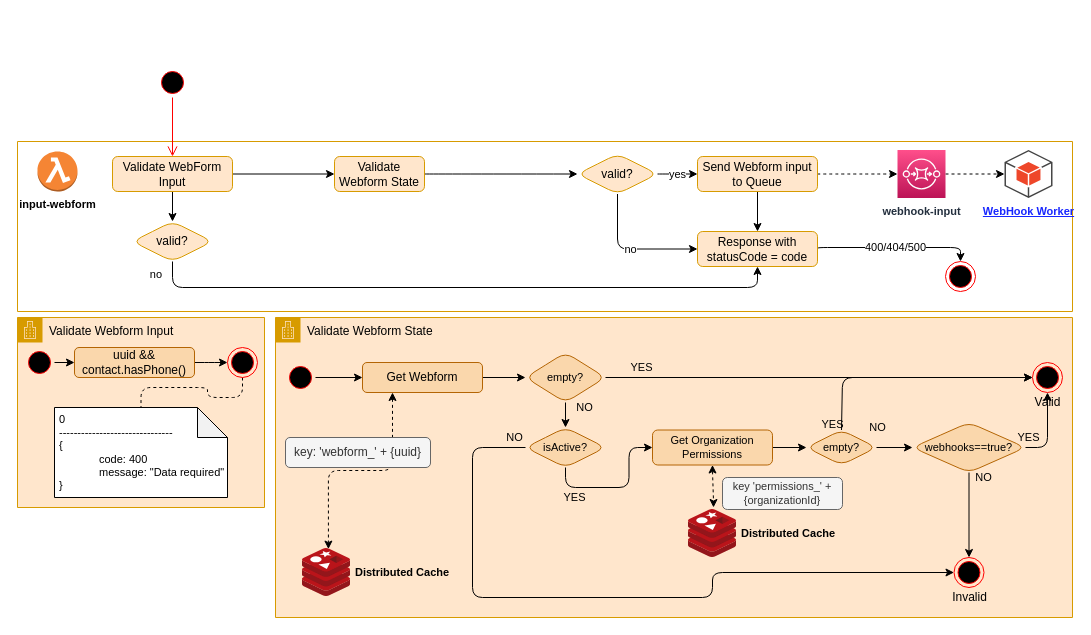
This is page "Lambda" (1 of 2) of lambdas/Input Webfrom Lambda.drawio from CallLoop/CL2-diagrams, a draw.io file, before an edit. Source tidied: cells renumbered, new cells numbered last; positions are measured from the earlier drawing's top-left corner, leaving out a move shared by most shapes. Both pictures are drawn from the tidied source at 100%, with x=0, y=0 at pixel (17, 67). Pictures stored in the file or linked from it are replaced by grey dashed boxes.
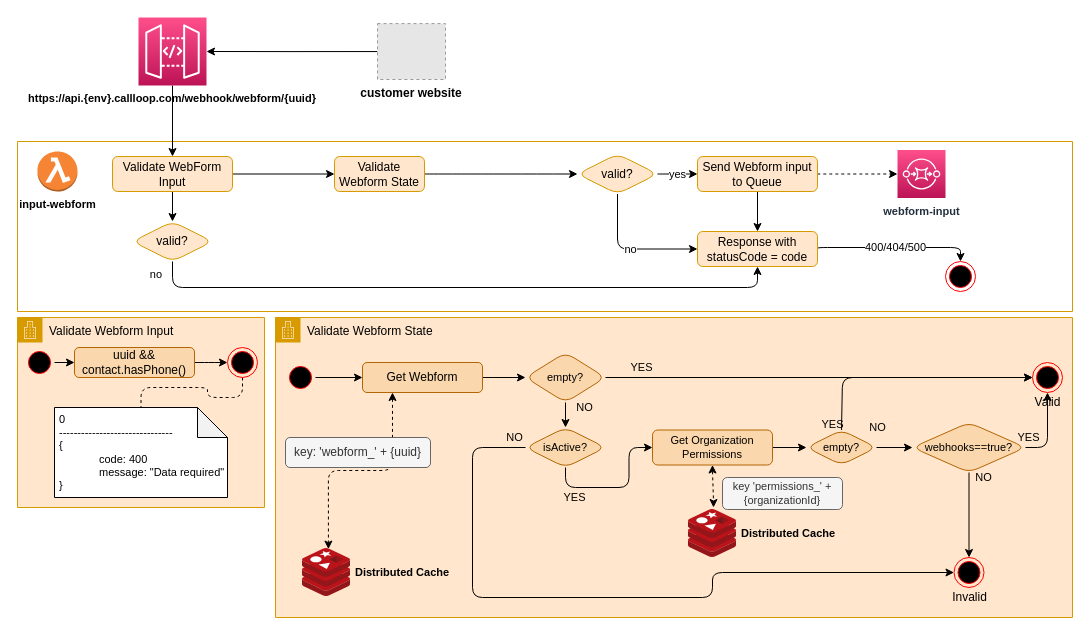
The same page after the edit.

Unchanged cells that the change refers to:
```xml
<mxCell id="2" style="swimlane;startSize=0;labelBorderColor=none;html=1;fillColor=#ffe6cc;strokeColor=#d79b00;rounded=1;" parent="1" vertex="1">
  <mxGeometry y="74" width="1055" height="170" as="geometry" />
</mxCell>
<mxCell id="16" value="Validate WebForm Input" style="rounded=1;whiteSpace=wrap;html=1;fillColor=#ffe6cc;strokeColor=#d79b00;" parent="2" vertex="1">
  <mxGeometry x="95" y="15" width="120" height="35" as="geometry" />
</mxCell>
```

What changed in the source:
```diff
@@
-    <mxCell id="12" style="edgeStyle=orthogonalEdgeStyle;rounded=1;jettySize=auto;html=1;exitX=1;exitY=0.5;exitDx=0;exitDy=0;exitPerimeter=0;entryX=0;entryY=0.5;entryDx=0;entryDy=0;entryPerimeter=0;dashed=1;" parent="2" edge="1" source="13" target="22">
-      <mxGeometry relative="1" as="geometry" />
-    </mxCell>
-    <mxCell id="13" value="webhook-input" style="sketch=0;points=[[0,0,0],[0.25,0,0],[0.5,0,0],[0.75,0,0],[1,0,0],[0,1,0],[0.25,1,0],[0.5,1,0],[0.75,1,0],[1,1,0],[0,0.25,0],[0,0.5,0],[0,0.75,0],[1,0.25,0],[1,0.5,0],[1,0.75,0]];outlineConnect=0;fontColor=#232F3E;gradientColor=#FF4F8B;gradientDirection=north;fillColor=#BC1356;strokeColor=#ffffff;dashed=0;verticalLabelPosition=bottom;verticalAlign=top;align=center;html=1;fontSize=11;fontStyle=1;shape=mxgraph.aws4.resourceIcon;resIcon=mxgraph.aws4.sqs;labelBorderColor=none;rounded=1;" parent="2" vertex="1">
+    <mxCell id="13" value="webform-input" style="sketch=0;points=[[0,0,0],[0.25,0,0],[0.5,0,0],[0.75,0,0],[1,0,0],[0,1,0],[0.25,1,0],[0.5,1,0],[0.75,1,0],[1,1,0],[0,0.25,0],[0,0.5,0],[0,0.75,0],[1,0.25,0],[1,0.5,0],[1,0.75,0]];outlineConnect=0;fontColor=#232F3E;gradientColor=#FF4F8B;gradientDirection=north;fillColor=#BC1356;strokeColor=#ffffff;dashed=0;verticalLabelPosition=bottom;verticalAlign=top;align=center;html=1;fontSize=11;fontStyle=1;shape=mxgraph.aws4.resourceIcon;resIcon=mxgraph.aws4.sqs;labelBorderColor=none;rounded=1;" parent="2" vertex="1">
       <mxGeometry x="880" y="8.5" width="48" height="48" as="geometry" />
     </mxCell>
@@
-    <mxCell id="22" value="WebHook Worker" style="outlineConnect=0;dashed=0;verticalLabelPosition=bottom;verticalAlign=top;align=center;html=1;shape=mxgraph.aws3.android;fillColor=#EE472A;gradientColor=none;fontColor=#1726FF;fontStyle=5;fontSize=11;rounded=1;" parent="2" vertex="1">
-      <mxGeometry x="987" y="8.5" width="48" height="48" as="geometry" />
-    </mxCell>
-    <mxCell id="23" style="ellipse;html=1;shape=startState;fillColor=#000000;strokeColor=#ff0000;rounded=1;" parent="1" vertex="1">
-      <mxGeometry x="140" width="30" height="30" as="geometry" />
-    </mxCell>
-    <mxCell id="24" style="edgeStyle=orthogonalEdgeStyle;html=1;verticalAlign=bottom;endArrow=open;endSize=8;strokeColor=#ff0000;rounded=1;entryX=0.5;entryY=0;entryDx=0;entryDy=0;" parent="1" edge="1" source="23" target="16">
-      <mxGeometry relative="1" as="geometry" />
-    </mxCell>
@@
+    <mxCell id="60" style="edgeStyle=orthogonalEdgeStyle;rounded=1;jettySize=auto;html=1;exitX=0.5;exitY=1;exitDx=0;exitDy=0;exitPerimeter=0;entryX=0.5;entryY=0;entryDx=0;entryDy=0;" parent="1" edge="1" source="61" target="16">
+      <mxGeometry relative="1" as="geometry" />
+    </mxCell>
+    <mxCell id="61" value="https://api.{env}.callloop.com/webhook/webform/{uuid}" style="sketch=0;points=[[0,0,0],[0.25,0,0],[0.5,0,0],[0.75,0,0],[1,0,0],[0,1,0],[0.25,1,0],[0.5,1,0],[0.75,1,0],[1,1,0],[0,0.25,0],[0,0.5,0],[0,0.75,0],[1,0.25,0],[1,0.5,0],[1,0.75,0]];outlineConnect=0;fontColor=default;gradientColor=#FF4F8B;gradientDirection=north;fillColor=#BC1356;strokeColor=#ffffff;dashed=0;verticalLabelPosition=bottom;verticalAlign=top;align=center;fontSize=11;fontStyle=1;shape=mxgraph.aws4.resourceIcon;resIcon=mxgraph.aws4.api_gateway;" parent="1" vertex="1">
+      <mxGeometry x="121" y="-50" width="68" height="68" as="geometry" />
+    </mxCell>
+    <mxCell id="62" style="edgeStyle=orthogonalEdgeStyle;rounded=1;jettySize=auto;html=1;exitX=0;exitY=0.5;exitDx=0;exitDy=0;entryX=1;entryY=0.5;entryDx=0;entryDy=0;entryPerimeter=0;" parent="1" edge="1" source="63" target="61">
+      <mxGeometry relative="1" as="geometry" />
+    </mxCell>
+    <mxCell id="63" value="customer website" style="fillColor=#E6E6E6;strokeColor=#999999;dashed=1;verticalLabelPosition=bottom;labelBackgroundColor=default;verticalAlign=top;fontStyle=1;" parent="1" vertex="1">
+      <mxGeometry x="360" y="-43.9" width="68" height="55.9" as="geometry" />
+    </mxCell>
```
